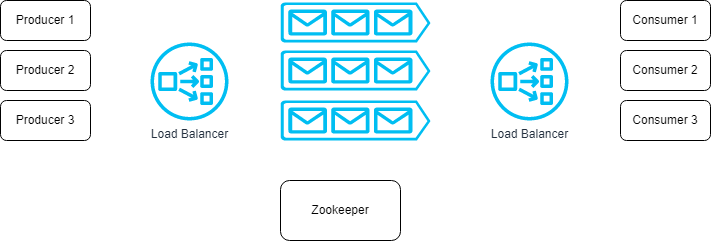
Above: System Design/Images/Message_Queue_multi-pro_multi-con.drawio.png in sidhant293/Essential-Algorithms (draw.io), before the change. Source tidied: cells renumbered, new cells last; positions are measured from the earlier drawing's top-left corner, leaving out a move shared by most shapes.
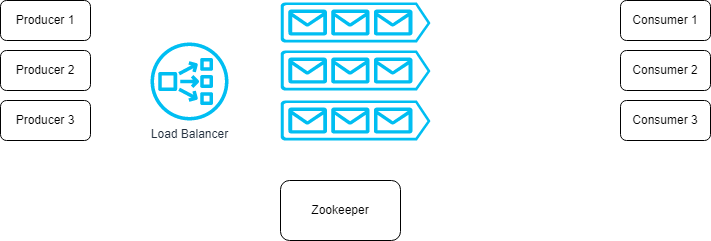
After the commit.

Change to the diagram source:
```diff
@@ -35,8 +35,5 @@
     <mxCell id="12" value="Zookeeper" style="rounded=1;whiteSpace=wrap;html=1;fillColor=default;" parent="1" vertex="1">
       <mxGeometry x="280" y="180" width="120" height="60" as="geometry" />
     </mxCell>
-    <mxCell id="13" value="Load Balancer" style="sketch=0;fontColor=#232F3E;gradientColor=none;fillColor=#00BEF2;strokeColor=none;dashed=0;verticalLabelPosition=bottom;verticalAlign=top;align=center;html=1;fontSize=12;fontStyle=0;shape=mxgraph.aws4.network_load_balancer;" parent="1" vertex="1">
-      <mxGeometry x="490" y="42" width="78" height="78" as="geometry" />
-    </mxCell>
   </root>
 </mxGraphModel>
```
